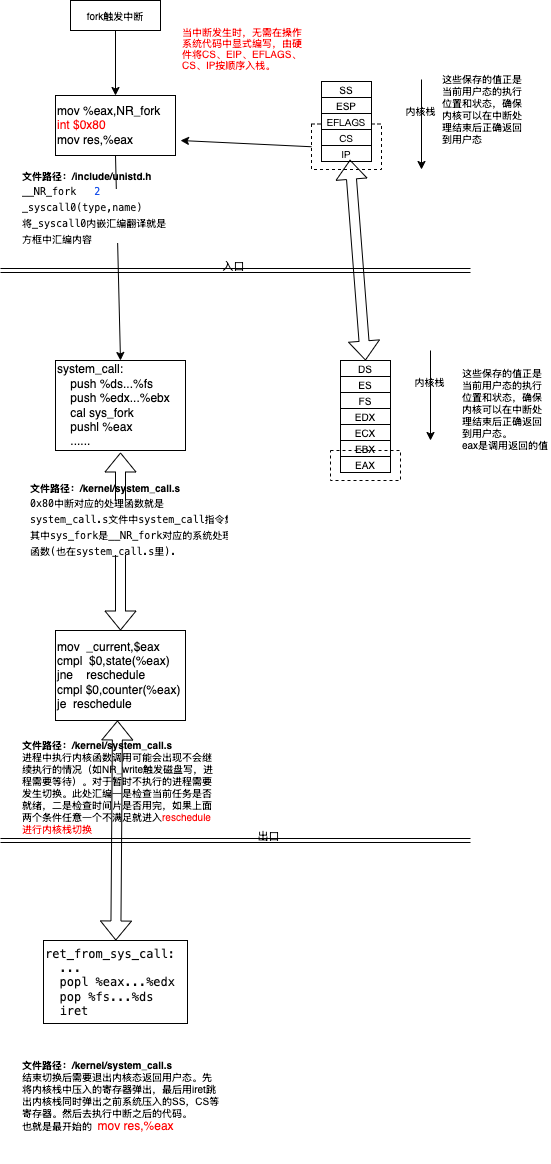
Before: linux_fork.png, a diagram exported from draw.io (zhaole0606/pic). Source tidied: cells renumbered, new cells last; positions are measured from the earlier drawing's top-left corner, leaving out a move shared by most shapes.
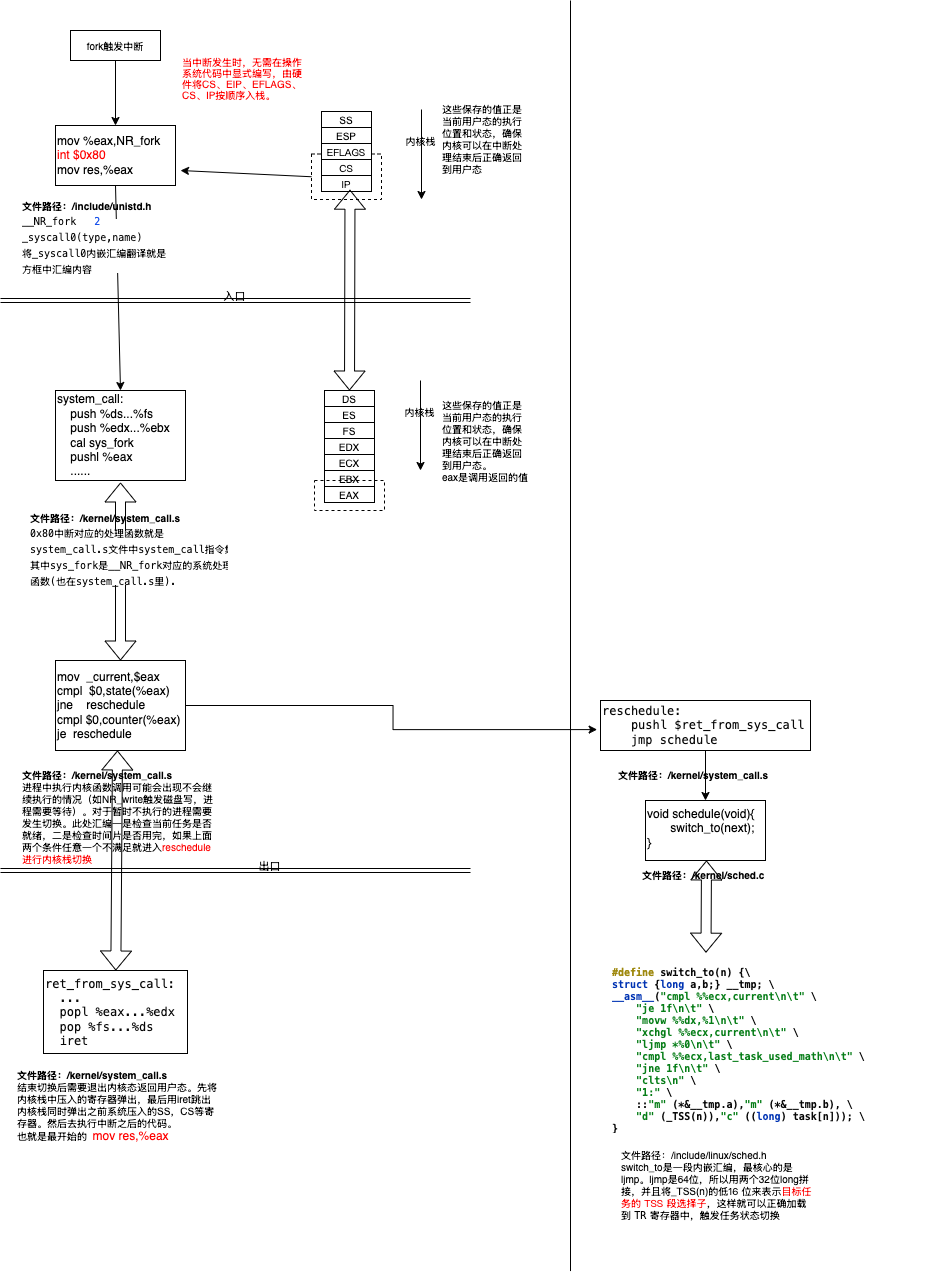
After the commit.

What changed in the source:
```diff
@@ -2,6 +2,9 @@
   <root>
     <mxCell id="0" />
     <mxCell id="1" parent="0" />
+    <mxCell id="42" style="edgeStyle=orthogonalEdgeStyle;rounded=0;jettySize=auto;html=1;" parent="1" edge="1" source="44" target="46">
+      <mxGeometry relative="1" as="geometry" />
+    </mxCell>
     <mxCell id="2" style="rounded=0;whiteSpace=wrap;html=1;dashed=1;fillColor=none;fontSize=10;labelBackgroundColor=none;" parent="1" vertex="1">
       <mxGeometry x="311" y="123.5" width="70" height="45.5" as="geometry" />
     </mxCell>
@@ -64,37 +67,37 @@
       <mxGeometry x="55" y="360" width="130" height="90" as="geometry" />
     </mxCell>
     <mxCell id="20" value="&lt;span style=&quot;font-size: 10px;&quot;&gt;DS&lt;/span&gt;" style="rounded=0;whiteSpace=wrap;html=1;fontSize=10;labelBackgroundColor=none;" parent="1" vertex="1">
-      <mxGeometry x="340" y="360" width="50" height="16" as="geometry" />
+      <mxGeometry x="324" y="360" width="50" height="16" as="geometry" />
     </mxCell>
     <mxCell id="21" value="&lt;span style=&quot;font-size: 10px;&quot;&gt;ES&lt;/span&gt;" style="rounded=0;whiteSpace=wrap;html=1;fontSize=10;labelBackgroundColor=none;" parent="1" vertex="1">
-      <mxGeometry x="340" y="376" width="50" height="16" as="geometry" />
+      <mxGeometry x="324" y="376" width="50" height="16" as="geometry" />
     </mxCell>
     <mxCell id="22" value="&lt;span style=&quot;font-size: 10px;&quot;&gt;FS&lt;/span&gt;" style="rounded=0;whiteSpace=wrap;html=1;fontSize=10;labelBackgroundColor=none;" parent="1" vertex="1">
-      <mxGeometry x="340" y="392" width="50" height="16" as="geometry" />
+      <mxGeometry x="324" y="392" width="50" height="16" as="geometry" />
     </mxCell>
     <mxCell id="23" value="&lt;span style=&quot;font-size: 10px;&quot;&gt;EDX&lt;/span&gt;" style="rounded=0;whiteSpace=wrap;html=1;fontSize=10;labelBackgroundColor=none;" parent="1" vertex="1">
-      <mxGeometry x="340" y="408" width="50" height="16" as="geometry" />
+      <mxGeometry x="324" y="408" width="50" height="16" as="geometry" />
     </mxCell>
     <mxCell id="24" value="&lt;span style=&quot;font-size: 10px;&quot;&gt;ECX&lt;/span&gt;" style="rounded=0;whiteSpace=wrap;html=1;fontSize=10;labelBackgroundColor=none;" parent="1" vertex="1">
-      <mxGeometry x="340" y="424" width="50" height="16" as="geometry" />
+      <mxGeometry x="324" y="424" width="50" height="16" as="geometry" />
     </mxCell>
     <mxCell id="25" value="&lt;span style=&quot;font-size: 10px;&quot;&gt;EBX&lt;/span&gt;" style="rounded=0;whiteSpace=wrap;html=1;fontSize=10;labelBackgroundColor=none;" parent="1" vertex="1">
-      <mxGeometry x="340" y="440" width="50" height="16" as="geometry" />
+      <mxGeometry x="324" y="440" width="50" height="16" as="geometry" />
     </mxCell>
     <mxCell id="26" value="&lt;p style=&quot;line-height: 90%; font-size: 10px;&quot;&gt;&lt;/p&gt;&lt;h1 style=&quot;margin-top: 0px; line-height: 60%; font-size: 10px;&quot;&gt;&lt;font style=&quot;font-size: 10px;&quot;&gt;文件路径：/kernel/system_call.s&lt;/font&gt;&lt;/h1&gt;&lt;div style=&quot;line-height: 60%; font-size: 10px;&quot;&gt;&lt;div style=&quot;background-color: rgb(255, 255, 255); color: rgb(8, 8, 8); line-height: 60%; font-size: 10px;&quot;&gt;&lt;pre style=&quot;font-family: &amp;quot;JetBrains Mono&amp;quot;, monospace; line-height: 60%; font-size: 10px;&quot;&gt;&lt;font style=&quot;font-size: 10px;&quot;&gt;0x80中断对应的处理函数就是&lt;/font&gt;&lt;/pre&gt;&lt;pre style=&quot;font-family: &amp;quot;JetBrains Mono&amp;quot;, monospace; line-height: 60%; font-size: 10px;&quot;&gt;&lt;font style=&quot;font-size: 10px;&quot;&gt;system_call.s文件中system_call指令集&lt;/font&gt;&lt;/pre&gt;&lt;pre style=&quot;font-family: &amp;quot;JetBrains Mono&amp;quot;, monospace; line-height: 60%; font-size: 10px;&quot;&gt;&lt;font style=&quot;font-size: 10px;&quot;&gt;其中sys_fork是__NR_fork对应的系统处理&lt;/font&gt;&lt;/pre&gt;&lt;pre style=&quot;font-family: &amp;quot;JetBrains Mono&amp;quot;, monospace; line-height: 60%; font-size: 10px;&quot;&gt;&lt;font style=&quot;font-size: 10px;&quot;&gt;函数(也在system_call.s里).&lt;/font&gt;&lt;/pre&gt;&lt;/div&gt;&lt;/div&gt;&lt;p style=&quot;font-size: 10px;&quot;&gt;&lt;/p&gt;" style="text;html=1;whiteSpace=wrap;overflow=hidden;rounded=0;verticalAlign=middle;fontSize=10;labelBackgroundColor=none;" parent="1" vertex="1">
       <mxGeometry x="27.5" y="472" width="200" height="90" as="geometry" />
     </mxCell>
     <mxCell id="27" style="endArrow=classic;html=1;rounded=0;fontSize=10;labelBackgroundColor=none;fontColor=default;" parent="1" edge="1">
       <mxGeometry relative="1" as="geometry">
-        <mxPoint x="430" y="350" as="sourcePoint" />
-        <mxPoint x="430" y="440" as="targetPoint" />
+        <mxPoint x="420" y="350" as="sourcePoint" />
+        <mxPoint x="420" y="440" as="targetPoint" />
       </mxGeometry>
     </mxCell>
     <mxCell id="28" value="内核栈" style="edgeLabel;html=1;align=center;verticalAlign=middle;fontSize=10;labelBackgroundColor=none;" parent="27" vertex="1">
       <mxGeometry x="-0.31" y="-1" relative="1" as="geometry" />
     </mxCell>
     <mxCell id="29" value="&lt;span style=&quot;font-size: 10px;&quot;&gt;EAX&lt;/span&gt;" style="rounded=0;whiteSpace=wrap;html=1;fontSize=10;labelBackgroundColor=none;" parent="1" vertex="1">
-      <mxGeometry x="340" y="456" width="50" height="16" as="geometry" />
+      <mxGeometry x="324" y="456" width="50" height="16" as="geometry" />
     </mxCell>
     <mxCell id="30" value="mov&amp;nbsp; _current,$eax&lt;div style=&quot;font-size: 12px;&quot;&gt;cmpl&amp;nbsp; $0,state(%eax)&lt;/div&gt;&lt;div style=&quot;font-size: 12px;&quot;&gt;jne&amp;nbsp; &amp;nbsp; reschedule&lt;/div&gt;&lt;div style=&quot;font-size: 12px;&quot;&gt;cmpl $0,counter(%eax)&lt;/div&gt;&lt;div style=&quot;font-size: 12px;&quot;&gt;je&amp;nbsp; reschedule&lt;/div&gt;" style="whiteSpace=wrap;html=1;rounded=0;align=left;fontSize=12;labelBackgroundColor=none;" parent="1" vertex="1">
       <mxGeometry x="55" y="630" width="130" height="90" as="geometry" />
@@ -111,10 +114,10 @@
       </mxGeometry>
     </mxCell>
     <mxCell id="34" style="rounded=0;whiteSpace=wrap;html=1;dashed=1;fillColor=none;fontSize=10;labelBackgroundColor=none;" parent="1" vertex="1">
-      <mxGeometry x="330" y="450" width="70" height="30" as="geometry" />
+      <mxGeometry x="314" y="450" width="70" height="30" as="geometry" />
     </mxCell>
     <mxCell id="35" value="这些保存的值正是当前用户态的执行位置和状态，确保内核可以在中断处理结束后正确返回到用户态。&#10;eax是调用返回的值" style="text;whiteSpace=wrap;overflow=hidden;rounded=0;fontSize=10;labelBackgroundColor=none;" parent="1" vertex="1">
-      <mxGeometry x="460" y="360" width="90" height="110" as="geometry" />
+      <mxGeometry x="440" y="362" width="90" height="110" as="geometry" />
     </mxCell>
     <mxCell id="36" style="shape=link;html=1;rounded=0;labelBackgroundColor=none;fontColor=default;" parent="1" edge="1">
       <mxGeometry relative="1" as="geometry">
@@ -140,7 +143,39 @@
       <mxGeometry relative="1" as="geometry" />
     </mxCell>
     <mxCell id="41" value="&lt;br style=&quot;font-size: 10px;&quot;&gt;&lt;b style=&quot;font-size: 10px;&quot;&gt;文件路径：/kernel/system_call.s&lt;/b&gt;&lt;br style=&quot;font-size: 10px;&quot;&gt;结束切换后需要退出内核态返回用户态。先将内核栈中压入的寄存器弹出，最后用iret跳出内核栈同时弹出之前系统压入的SS，CS等寄存器。然后去执行中断之后的代码。&lt;div&gt;也就是最开始的&amp;nbsp; &lt;span style=&quot;font-size: 12px; background-color: initial;&quot;&gt;&lt;font color=&quot;#ff0000&quot;&gt;mov res,%eax&lt;/font&gt;&lt;/span&gt;&lt;/div&gt;" style="text;whiteSpace=wrap;overflow=hidden;rounded=0;verticalAlign=top;fontSize=10;align=left;html=1;labelBackgroundColor=none;" parent="1" vertex="1">
-      <mxGeometry x="20" y="1040" width="200" height="120" as="geometry" />
+      <mxGeometry x="15" y="1020" width="205" height="90" as="geometry" />
     </mxCell>
+    <mxCell id="43" style="endArrow=none;html=1;rounded=0;" parent="1" edge="1">
+      <mxGeometry relative="1" as="geometry">
+        <mxPoint x="570" y="1240.6" as="sourcePoint" />
+        <mxPoint x="570" y="-30" as="targetPoint" />
+      </mxGeometry>
+    </mxCell>
+    <mxCell id="44" value="&lt;div style=&quot;background-color: rgb(255, 255, 255); color: rgb(8, 8, 8); font-size: 12px;&quot;&gt;&lt;pre style=&quot;font-family: &amp;quot;JetBrains Mono&amp;quot;, monospace;&quot;&gt;reschedule:&lt;br style=&quot;&quot;&gt;    pushl $ret_from_sys_call&lt;br style=&quot;&quot;&gt;    jmp schedule&lt;/pre&gt;&lt;/div&gt;" style="whiteSpace=wrap;html=1;rounded=0;align=left;fontSize=10;labelBackgroundColor=none;" parent="1" vertex="1">
+      <mxGeometry x="600" y="670" width="210" height="50" as="geometry" />
+    </mxCell>
+    <mxCell id="45" value="&lt;br style=&quot;font-size: 10px;&quot;&gt;&lt;b style=&quot;font-size: 10px;&quot;&gt;文件路径：/kernel/system_call.s&lt;/b&gt;&lt;br style=&quot;font-size: 10px;&quot;&gt;" style="text;whiteSpace=wrap;overflow=hidden;rounded=0;verticalAlign=top;fontSize=10;align=left;html=1;labelBackgroundColor=none;" parent="1" vertex="1">
+      <mxGeometry x="615.8" y="720" width="178.5" height="30" as="geometry" />
+    </mxCell>
+    <mxCell id="46" value="void schedule(void){&#10;       switch_to(next);&#10;}" style="whiteSpace=wrap;rounded=0;align=left;fontSize=12;labelBackgroundColor=none;fontColor=default;verticalAlign=top;" parent="1" vertex="1">
+      <mxGeometry x="645" y="770" width="120" height="60" as="geometry" />
+    </mxCell>
+    <mxCell id="47" value="&lt;br style=&quot;font-size: 10px;&quot;&gt;&lt;b style=&quot;font-size: 10px;&quot;&gt;文件路径：/kernel/sched.c&lt;/b&gt;" style="text;whiteSpace=wrap;overflow=hidden;rounded=0;verticalAlign=top;fontSize=10;align=left;html=1;labelBackgroundColor=none;" parent="1" vertex="1">
+      <mxGeometry x="640" y="820" width="178.5" height="30" as="geometry" />
+    </mxCell>
+    <mxCell id="48" style="edgeStyle=orthogonalEdgeStyle;rounded=0;jettySize=auto;html=1;entryX=-0.016;entryY=0.582;entryDx=0;entryDy=0;entryPerimeter=0;" parent="1" edge="1" source="30" target="44">
+      <mxGeometry relative="1" as="geometry" />
+    </mxCell>
+    <mxCell id="49" value="&lt;br style=&quot;font-size: 10px;&quot;&gt;&lt;span style=&quot;font-size: 10px;&quot;&gt;文件路径：/include/linux/sched.h&lt;/span&gt;&lt;div style=&quot;font-size: 10px;&quot;&gt;switch_to是一段内嵌汇编，最核心的是ljmp。ljmp是64位，所以用两个32位long拼接，并且将_TSS(n)的低&lt;span style=&quot;background-color: initial; caret-color: rgb(0, 0, 0); font-family: -webkit-standard; font-size: 10px;&quot;&gt;16 位来表示&lt;font color=&quot;#ff0000&quot;&gt;目标任务的 TSS 段选择子&lt;/font&gt;，这样就可以正确加载到&lt;span style=&quot;font-size: 10px;&quot; class=&quot;Apple-converted-space&quot;&gt;&amp;nbsp;&lt;/span&gt;&lt;/span&gt;&lt;code style=&quot;background-color: initial; caret-color: rgb(0, 0, 0); font-size: 10px;&quot;&gt;TR&lt;/code&gt;&lt;span style=&quot;background-color: initial; caret-color: rgb(0, 0, 0); font-family: -webkit-standard; font-size: 10px;&quot;&gt;&lt;span style=&quot;font-size: 10px;&quot; class=&quot;Apple-converted-space&quot;&gt;&amp;nbsp;&lt;/span&gt;寄存器中，触发任务状态切换&lt;/span&gt;&lt;/div&gt;" style="text;whiteSpace=wrap;overflow=hidden;rounded=0;verticalAlign=top;fontSize=10;align=left;html=1;labelBackgroundColor=none;fontStyle=0;" parent="1" vertex="1">
+      <mxGeometry x="619" y="1100" width="201" height="100" as="geometry" />
+    </mxCell>
+    <mxCell id="50" value="&lt;h1 style=&quot;margin-top: 0px; font-size: 10px;&quot;&gt;&lt;div style=&quot;background-color: rgb(255, 255, 255); color: rgb(8, 8, 8); font-size: 10px;&quot;&gt;&lt;pre style=&quot;font-family: &amp;quot;JetBrains Mono&amp;quot;, monospace; font-size: 10px;&quot;&gt;&lt;span style=&quot;color: rgb(158, 136, 13); font-size: 10px;&quot;&gt;#define &lt;/span&gt;switch_to(n) {\&lt;br style=&quot;font-size: 10px;&quot;&gt;&lt;span style=&quot;color: rgb(0, 51, 179); font-size: 10px;&quot;&gt;struct &lt;/span&gt;{&lt;span style=&quot;color: rgb(0, 51, 179); font-size: 10px;&quot;&gt;long &lt;/span&gt;a,b;} __tmp; \&lt;br style=&quot;font-size: 10px;&quot;&gt;&lt;span style=&quot;color: rgb(0, 51, 179); font-size: 10px;&quot;&gt;__asm__&lt;/span&gt;(&lt;span style=&quot;color: rgb(6, 125, 23); font-size: 10px;&quot;&gt;&quot;cmpl %%ecx,current\n\t&quot; &lt;/span&gt;\&lt;br style=&quot;font-size: 10px;&quot;&gt;    &lt;span style=&quot;color: rgb(6, 125, 23); font-size: 10px;&quot;&gt;&quot;je 1f\n\t&quot; &lt;/span&gt;\&lt;br style=&quot;font-size: 10px;&quot;&gt;    &lt;span style=&quot;color: rgb(6, 125, 23); font-size: 10px;&quot;&gt;&quot;movw %%dx,%1\n\t&quot; &lt;/span&gt;\&lt;br style=&quot;font-size: 10px;&quot;&gt;    &lt;span style=&quot;color: rgb(6, 125, 23); font-size: 10px;&quot;&gt;&quot;xchgl %%ecx,current\n\t&quot; &lt;/span&gt;\&lt;br style=&quot;font-size: 10px;&quot;&gt;    &lt;span style=&quot;color: rgb(6, 125, 23); font-size: 10px;&quot;&gt;&quot;ljmp *%0\n\t&quot; &lt;/span&gt;\&lt;br style=&quot;font-size: 10px;&quot;&gt;    &lt;span style=&quot;color: rgb(6, 125, 23); font-size: 10px;&quot;&gt;&quot;cmpl %%ecx,last_task_used_math\n\t&quot; &lt;/span&gt;\&lt;br style=&quot;font-size: 10px;&quot;&gt;    &lt;span style=&quot;color: rgb(6, 125, 23); font-size: 10px;&quot;&gt;&quot;jne 1f\n\t&quot; &lt;/span&gt;\&lt;br style=&quot;font-size: 10px;&quot;&gt;    &lt;span style=&quot;color: rgb(6, 125, 23); font-size: 10px;&quot;&gt;&quot;clts\n&quot; &lt;/span&gt;\&lt;br style=&quot;font-size: 10px;&quot;&gt;    &lt;span style=&quot;color: rgb(6, 125, 23); font-size: 10px;&quot;&gt;&quot;1:&quot; &lt;/span&gt;\&lt;br style=&quot;font-size: 10px;&quot;&gt;    ::&lt;span style=&quot;color: rgb(6, 125, 23); font-size: 10px;&quot;&gt;&quot;m&quot; &lt;/span&gt;(*&amp;amp;__tmp.a),&lt;span style=&quot;color: rgb(6, 125, 23); font-size: 10px;&quot;&gt;&quot;m&quot; &lt;/span&gt;(*&amp;amp;__tmp.b), \&lt;br style=&quot;font-size: 10px;&quot;&gt;    &lt;span style=&quot;color: rgb(6, 125, 23); font-size: 10px;&quot;&gt;&quot;d&quot; &lt;/span&gt;(_TSS(n)),&lt;span style=&quot;color: rgb(6, 125, 23); font-size: 10px;&quot;&gt;&quot;c&quot; &lt;/span&gt;((&lt;span style=&quot;color: rgb(0, 51, 179); font-size: 10px;&quot;&gt;long&lt;/span&gt;) task[n])); \&lt;br style=&quot;font-size: 10px;&quot;&gt;}&lt;/pre&gt;&lt;/div&gt;&lt;/h1&gt;" style="text;html=1;whiteSpace=wrap;overflow=hidden;rounded=0;fontSize=10;" parent="1" vertex="1">
+      <mxGeometry x="610" y="920" width="335" height="180" as="geometry" />
+    </mxCell>
+    <mxCell id="51" style="shape=flexArrow;endArrow=classic;startArrow=classic;html=1;rounded=0;entryX=0.576;entryY=1.02;entryDx=0;entryDy=0;entryPerimeter=0;fontSize=10;labelBackgroundColor=none;fontColor=default;exitX=0.285;exitY=0.012;exitDx=0;exitDy=0;exitPerimeter=0;" parent="1" edge="1" source="50">
+      <mxGeometry relative="1" as="geometry">
+        <mxPoint x="706" y="830" as="targetPoint" />
+      </mxGeometry>
+    </mxCell>
   </root>
 </mxGraphModel>
```
